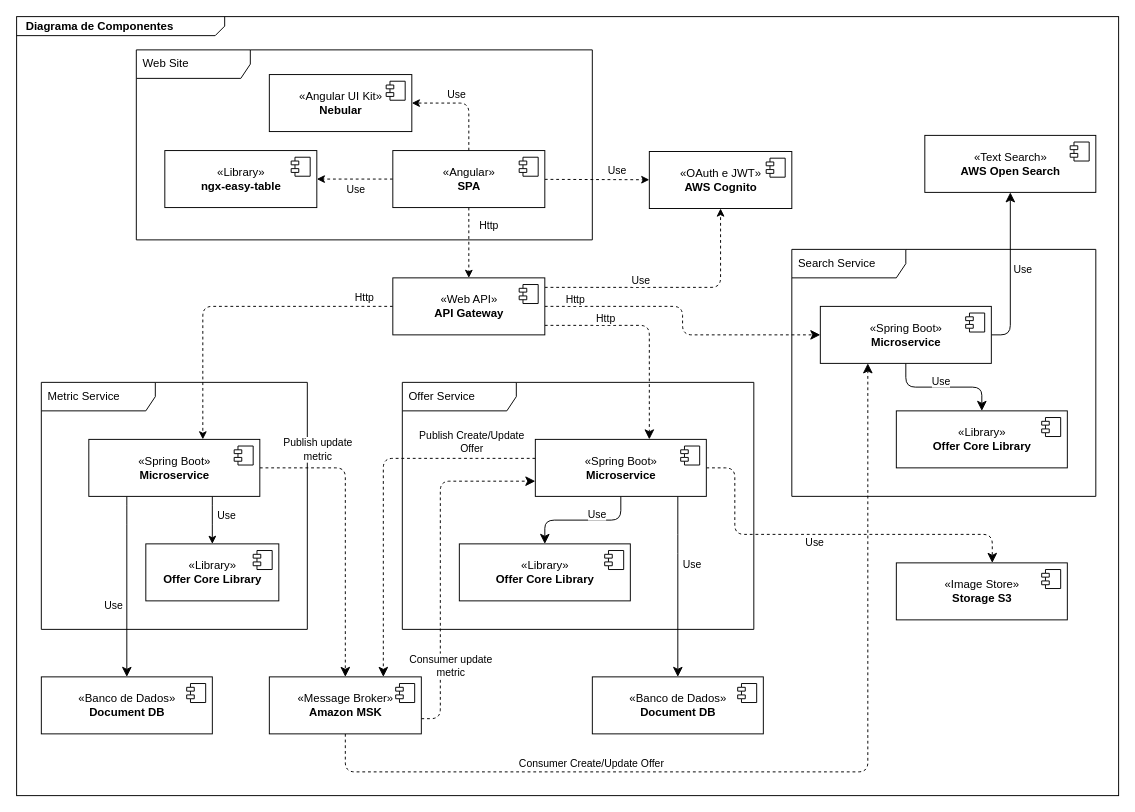
Above: diagrama-componente.drawio in nelsonjunior/offer-documentacao (draw.io), before the change. Source tidied: cells renumbered, new cells numbered last; positions are measured from the earlier drawing's top-left corner, leaving out a move shared by most shapes. Both pictures are drawn from the tidied source at 95%, with x=0, y=0 at pixel (16, 16).
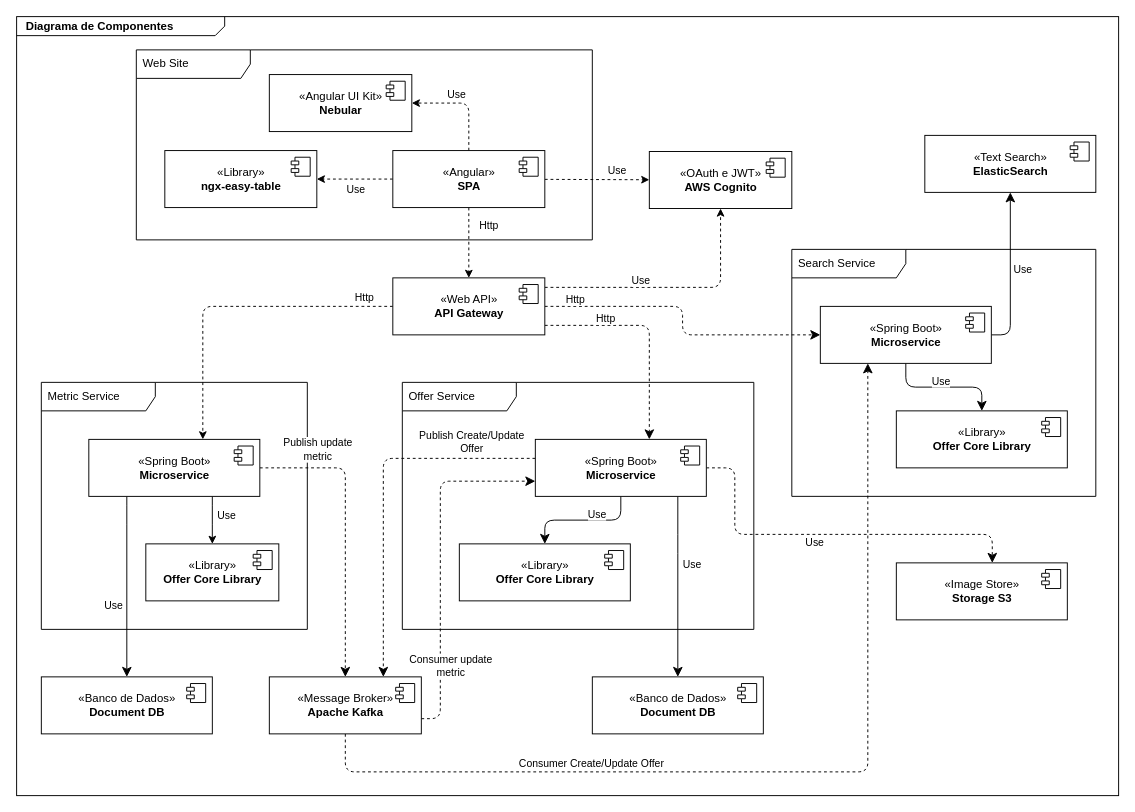
Above is the later version.

Commit message (it also covers changes not shown here):
Inclusão diagrama de container

Change to the diagram source:
```diff
@@
-    <mxCell id="43" value="«Message Broker»&lt;br&gt;&lt;b&gt;Amazon MSK&lt;/b&gt;" style="html=1;" parent="1" vertex="1">
+    <mxCell id="43" value="«Message Broker»&lt;br&gt;&lt;b&gt;Apache Kafka&lt;/b&gt;" style="html=1;" parent="1" vertex="1">
       <mxGeometry x="266" y="695" width="160" height="60" as="geometry" />
     </mxCell>
@@
-    <mxCell id="71" value="«Text Search»&lt;br&gt;&lt;b&gt;AWS Open Search&lt;/b&gt;" style="html=1;" parent="1" vertex="1">
+    <mxCell id="71" value="«Text Search»&lt;br&gt;&lt;b&gt;ElasticSearch&lt;/b&gt;" style="html=1;" parent="1" vertex="1">
       <mxGeometry x="956" y="125" width="180" height="60" as="geometry" />
     </mxCell>
```
